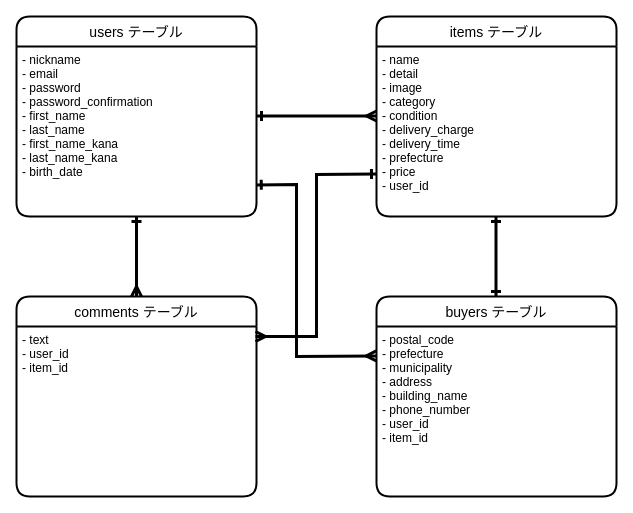
hayakawa01/furima-35694 keeps this draw.io diagram as ER.dio. Above is the earlier version. Source tidied: cells renumbered, new cells numbered last; positions are measured from the earlier drawing's top-left corner, leaving out a move shared by most shapes. Both pictures are drawn from the tidied source at 100%, with x=0, y=0 at pixel (16, 16).
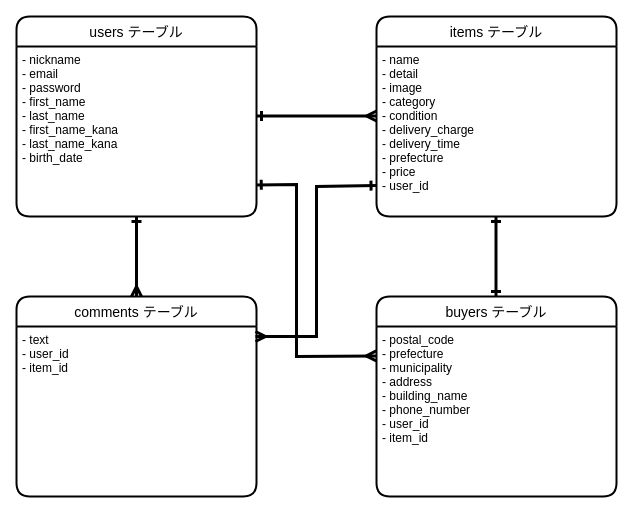
Above is the later version.

Commit message (it also covers changes not shown here):
データベース設計

Unchanged cells that the change refers to:
```xml
<mxCell id="2" value="users テーブル" style="swimlane;horizontal=1;startSize=30;rounded=1;fontSize=14;fontStyle=0;strokeWidth=2;shadow=0;dashed=0;align=center;" parent="1" vertex="1">
  <mxGeometry width="240" height="200" as="geometry" />
</mxCell>
<mxCell id="5" value="- name&#10;- detail&#10;- image&#10;- category&#10;- condition&#10;- delivery_charge&#10;- delivery_time&#10;- prefecture&#10;- price&#10;- user_id" style="align=left;strokeColor=none;fillColor=none;spacingLeft=4;fontSize=12;verticalAlign=top;" parent="4" vertex="1">
  <mxGeometry y="30" width="240" height="170" as="geometry" />
</mxCell>
```

The edit, as a diff of the source:
```diff
@@
-    <mxCell id="3" value="- nickname&#10;- email&#10;- password&#10;- password_confirmation&#10;- first_name&#10;- last_name&#10;- first_name_kana&#10;- last_name_kana&#10;- birth_date" style="align=left;strokeColor=none;fillColor=none;spacingLeft=4;fontSize=12;verticalAlign=top;" parent="2" vertex="1">
+    <mxCell id="3" value="- nickname&#10;- email&#10;- password&#10;- first_name&#10;- last_name&#10;- first_name_kana&#10;- last_name_kana&#10;- birth_date" style="align=left;strokeColor=none;fillColor=none;spacingLeft=4;fontSize=12;verticalAlign=top;" parent="2" vertex="1">
       <mxGeometry y="30" width="240" height="170" as="geometry" />
     </mxCell>
@@
-    <mxCell id="13" style="endArrow=ERone;html=1;rounded=0;strokeWidth=3;startArrow=ERmany;startFill=0;endFill=0;entryX=0;entryY=0.75;entryDx=0;entryDy=0;" parent="1" edge="1" target="5">
+    <mxCell id="13" style="endArrow=ERone;html=1;rounded=0;strokeWidth=3;startArrow=ERmany;startFill=0;endFill=0;entryX=-0.002;entryY=0.818;entryDx=0;entryDy=0;entryPerimeter=0;" parent="1" edge="1" target="5">
       <mxGeometry relative="1" as="geometry">
         <mxPoint x="239" y="320" as="sourcePoint" />
         <Array as="points">
           <mxPoint x="300" y="320" />
-          <mxPoint x="300" y="158" />
+          <mxPoint x="300" y="170" />
         </Array>
       </mxGeometry>
     </mxCell>
```
